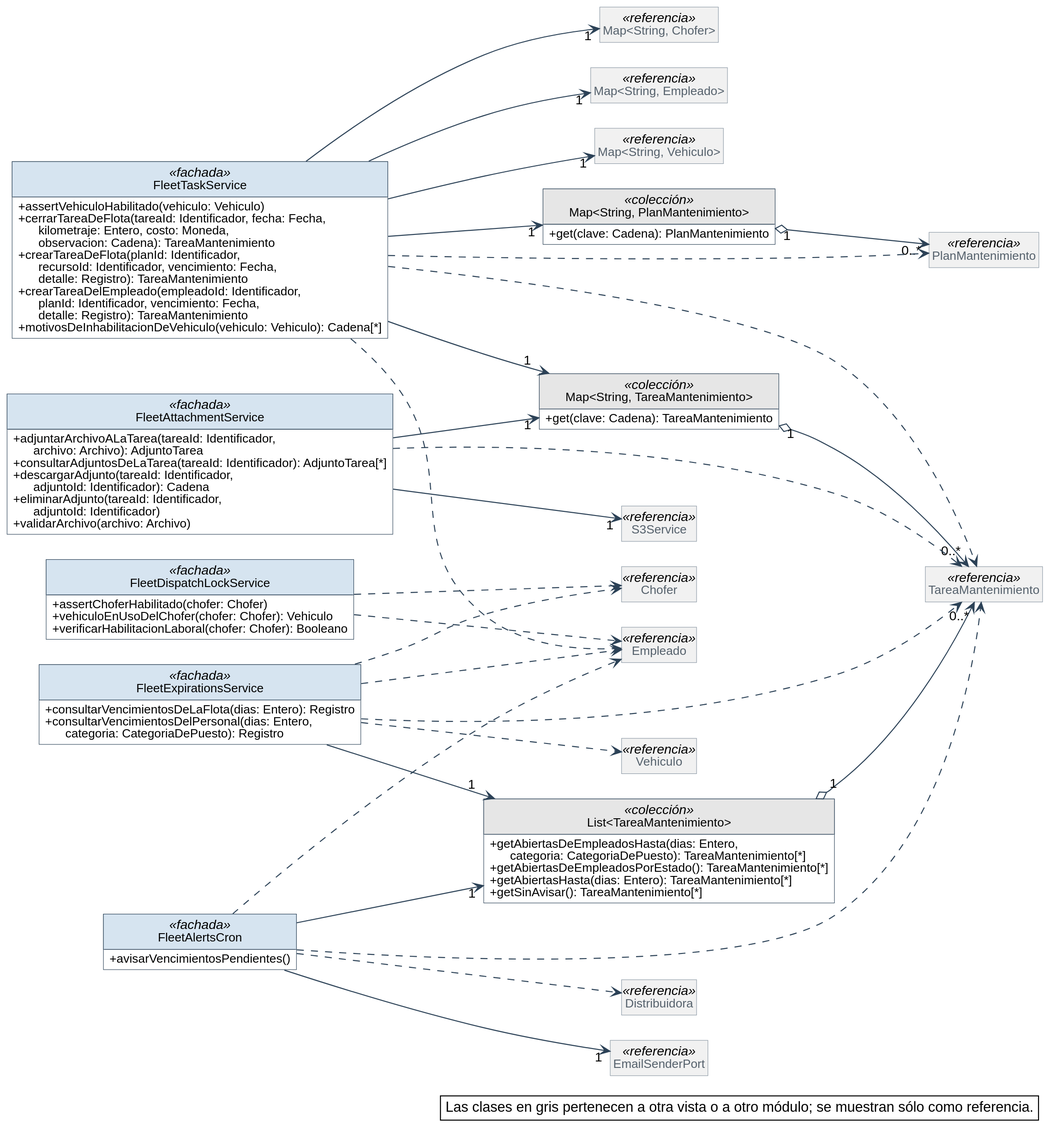
Earlier version of the PlantUML export diagramas/clases-diseno/DC_Mod_Flota-tareas.svg (Nahuelito-Dev/splg-docs).
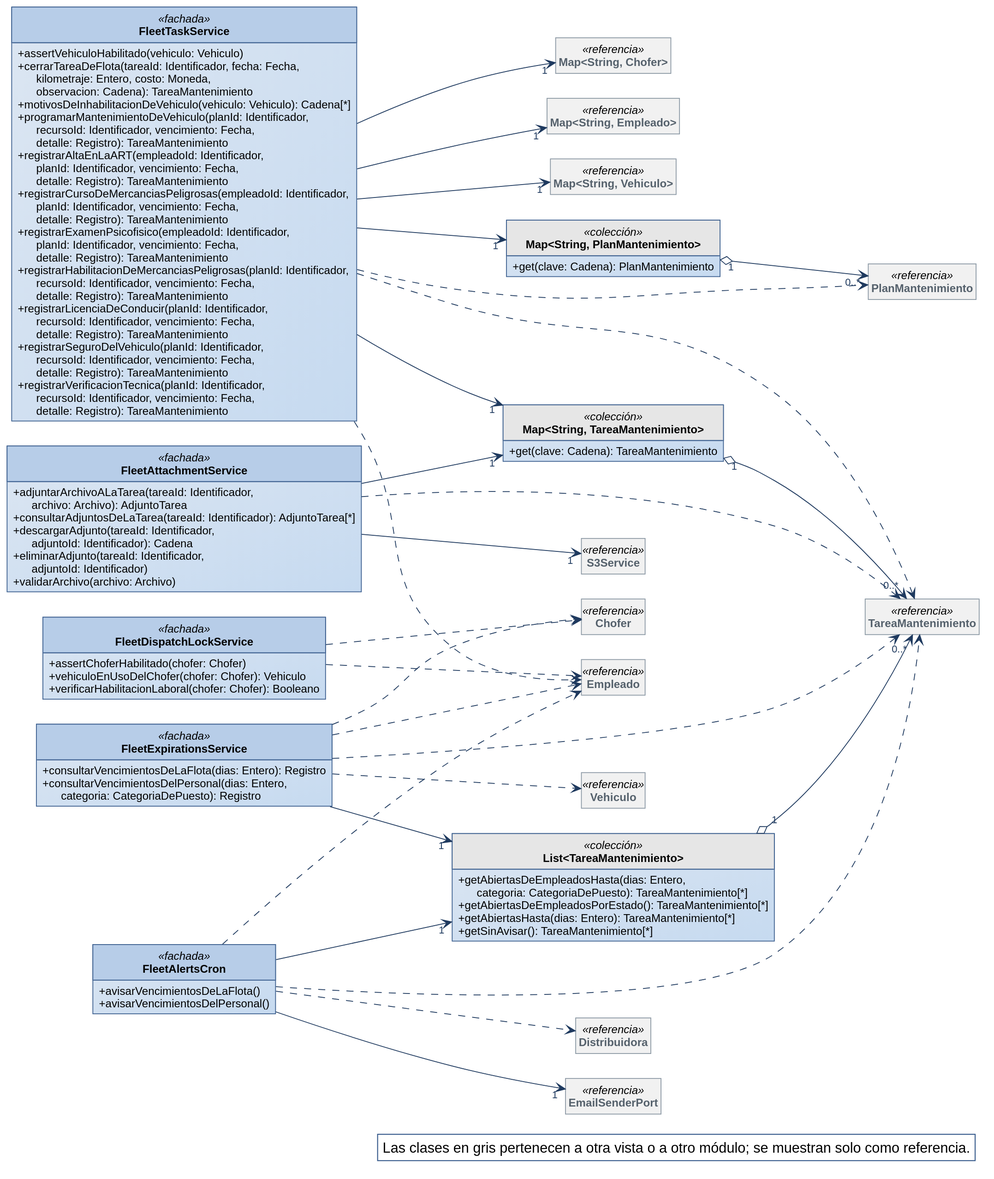
Above is the later version.

Change to the diagram source:
```diff
@@ -1,59 +1,29 @@
 @startuml
-skinparam backgroundColor #FFFFFF
-skinparam shadowing false
-skinparam defaultFontName Helvetica
-skinparam defaultFontSize 13
-skinparam dpi 150
+!include ../estilo-vp.iuml
 skinparam nodesep 40
 skinparam ranksep 55
-skinparam classAttributeIconSize 0
-skinparam roundCorner 0
 skinparam genericDisplay old
-skinparam class {
-  BorderColor #2C4257
-  BackgroundColor #FFFFFF
-  ArrowColor #2C4257
-  FontSize 14
-  AttributeFontSize 12
-  HeaderBackgroundColor #E8EEF3
-}
 skinparam class<<referencia>> {
   BackgroundColor #F1F1F1
   BorderColor #8A97A3
   FontColor #55616C
 }
 skinparam class<<fachada>> {
-  HeaderBackgroundColor #D6E4F0
+  HeaderBackgroundColor #B7CDE8
 }
 skinparam class<<controlador>> {
-  HeaderBackgroundColor #D6E4F0
+  HeaderBackgroundColor #B7CDE8
 }
 skinparam class<<fabricación pura>> {
-  HeaderBackgroundColor #F3E9CF
+  HeaderBackgroundColor #E4ECF6
 }
 skinparam class<<colección>> {
   HeaderBackgroundColor #E6E6E6
 }
 skinparam class<<adaptador>> {
-  HeaderBackgroundColor #DCEBDD
-}
-skinparam interface {
-  BorderColor #2C4257
-  BackgroundColor #FFFFFF
-  HeaderBackgroundColor #DCEBDD
-  FontSize 14
-  AttributeFontSize 12
-}
-skinparam note {
-  BackgroundColor #FFFFFF
-  BorderColor #2C4257
+  HeaderBackgroundColor #D5E3F3
 }
 skinparam packageStyle rectangle
-skinparam package {
-  BorderColor #8A97A3
-  FontSize 13
-  FontColor #55616C
-}
 hide circle
 hide empty members
 
@@ -63,9 +33,15 @@
 class FleetTaskService <<fachada>> {
   + assertVehiculoHabilitado(vehiculo: Vehiculo)
   + cerrarTareaDeFlota(tareaId: Identificador, fecha: Fecha,\n      kilometraje: Entero, costo: Moneda,\n      observacion: Cadena): TareaMantenimiento
-  + crearTareaDeFlota(planId: Identificador,\n      recursoId: Identificador, vencimiento: Fecha,\n      detalle: Registro): TareaMantenimiento
-  + crearTareaDelEmpleado(empleadoId: Identificador,\n      planId: Identificador, vencimiento: Fecha,\n      detalle: Registro): TareaMantenimiento
   + motivosDeInhabilitacionDeVehiculo(vehiculo: Vehiculo): Cadena[*]
+  + programarMantenimientoDeVehiculo(planId: Identificador,\n      recursoId: Identificador, vencimiento: Fecha,\n      detalle: Registro): TareaMantenimiento
+  + registrarAltaEnLaART(empleadoId: Identificador,\n      planId: Identificador, vencimiento: Fecha,\n      detalle: Registro): TareaMantenimiento
+  + registrarCursoDeMercanciasPeligrosas(empleadoId: Identificador,\n      planId: Identificador, vencimiento: Fecha,\n      detalle: Registro): TareaMantenimiento
+  + registrarExamenPsicofisico(empleadoId: Identificador,\n      planId: Identificador, vencimiento: Fecha,\n      detalle: Registro): TareaMantenimiento
+  + registrarHabilitacionDeMercanciasPeligrosas(planId: Identificador,\n      recursoId: Identificador, vencimiento: Fecha,\n      detalle: Registro): TareaMantenimiento
+  + registrarLicenciaDeConducir(planId: Identificador,\n      recursoId: Identificador, vencimiento: Fecha,\n      detalle: Registro): TareaMantenimiento
+  + registrarSeguroDelVehiculo(planId: Identificador,\n      recursoId: Identificador, vencimiento: Fecha,\n      detalle: Registro): TareaMantenimiento
+  + registrarVerificacionTecnica(planId: Identificador,\n      recursoId: Identificador, vencimiento: Fecha,\n      detalle: Registro): TareaMantenimiento
 }
 class FleetAttachmentService <<fachada>> {
   + adjuntarArchivoALaTarea(tareaId: Identificador,\n      archivo: Archivo): AdjuntoTarea
@@ -79,7 +55,8 @@
   + consultarVencimientosDelPersonal(dias: Entero,\n      categoria: CategoriaDePuesto): Registro
 }
 class FleetAlertsCron <<fachada>> {
-  + avisarVencimientosPendientes()
+  + avisarVencimientosDeLaFlota()
+  + avisarVencimientosDelPersonal()
 }
 class FleetDispatchLockService <<fachada>> {
   + assertChoferHabilitado(chofer: Chofer)
@@ -138,6 +115,6 @@
 FleetTaskService ..> TareaMantenimiento
 
 legend bottom right
-  Las clases en gris pertenecen a otra vista o a otro módulo; se muestran sólo como referencia.
+  Las clases en gris pertenecen a otra vista o a otro módulo; se muestran solo como referencia.
 endlegend
 @enduml
```
